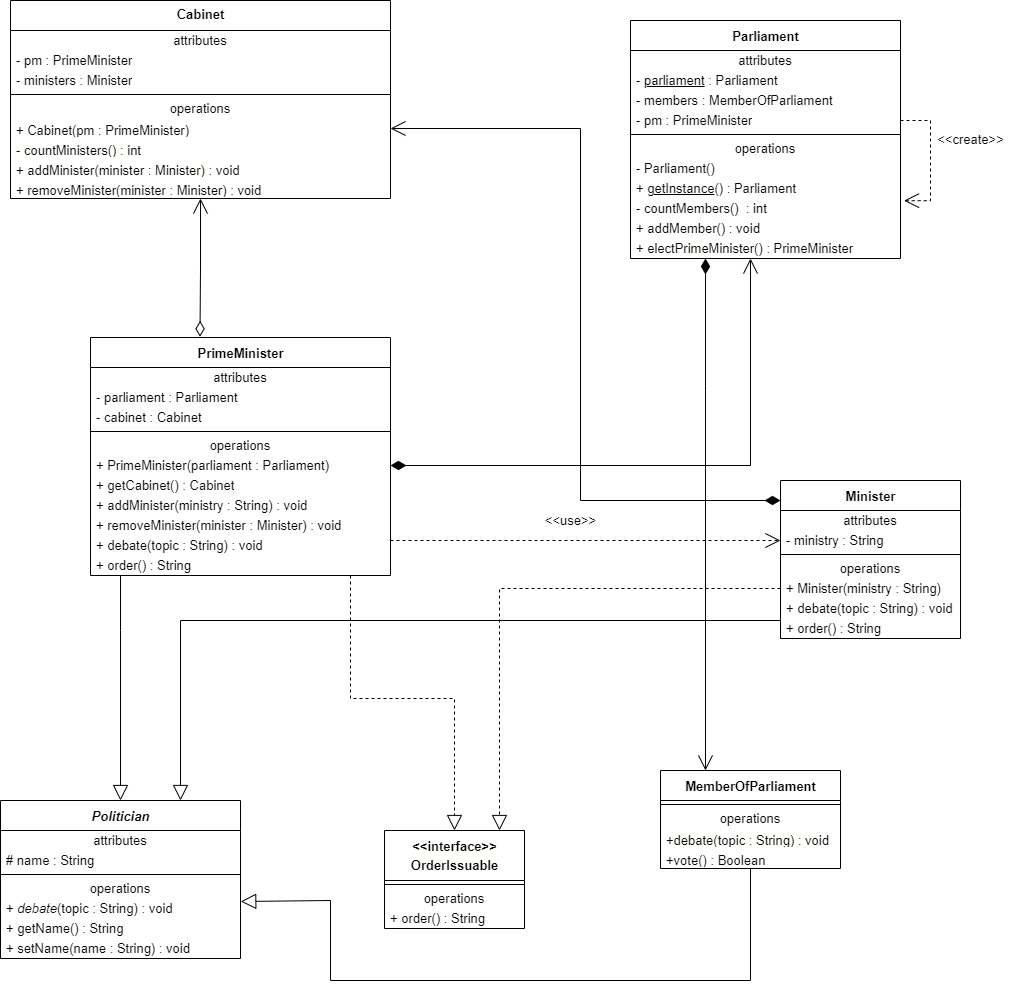
This is MidTerm.png from LittleLunar/SoftArcDesign, a draw.io export, as it was before one commit. Source tidied: cells renumbered, new cells last; positions are measured from the earlier drawing's top-left corner, leaving out a move shared by most shapes.
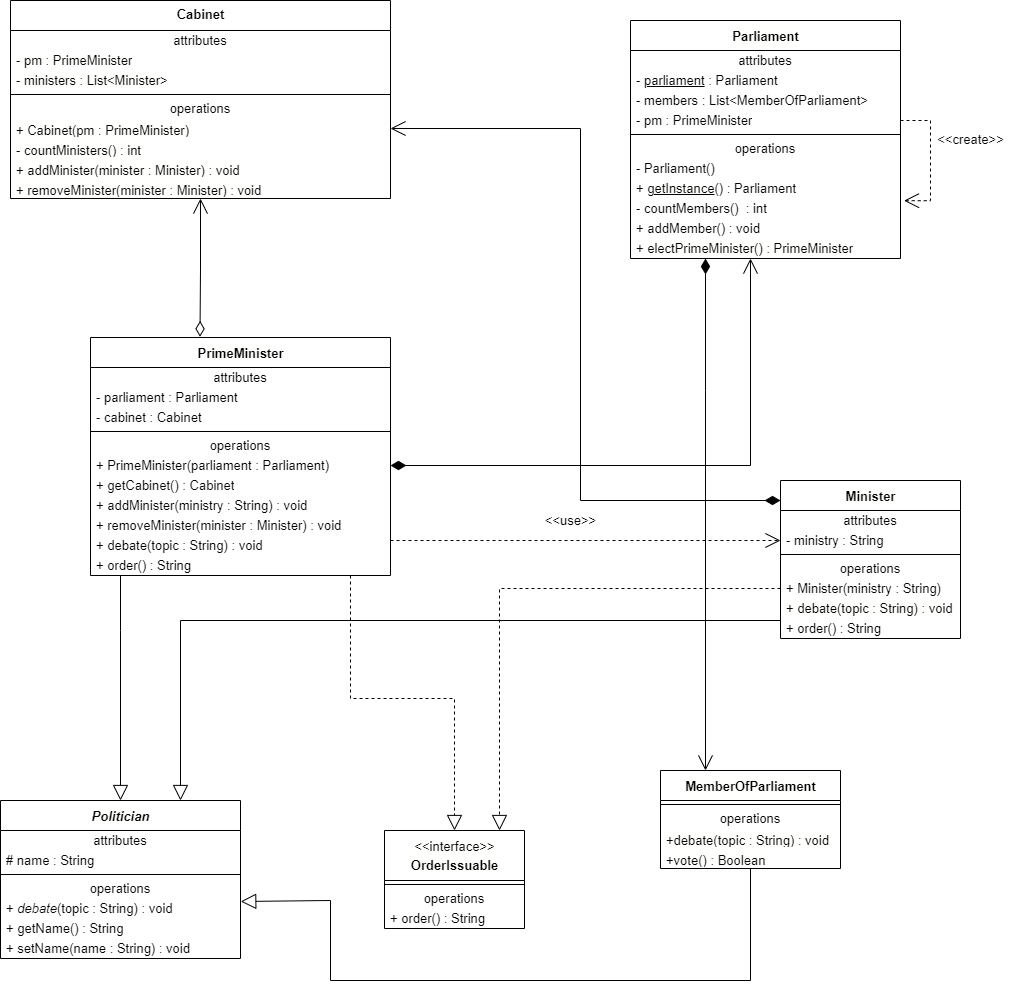
After the change.

Diff of the diagram source:
```diff
@@ -46,7 +46,7 @@
     <mxCell id="12" style="edgeStyle=orthogonalEdgeStyle;rounded=0;jettySize=auto;html=1;entryX=1.013;entryY=0.11;entryDx=0;entryDy=0;entryPerimeter=0;dashed=1;fontFamily=Helvetica;fontSize=13;startArrow=none;startFill=0;endArrow=open;endFill=0;startSize=13;endSize=13;exitX=1;exitY=0.5;exitDx=0;exitDy=0;" parent="9" edge="1" source="14" target="19">
       <mxGeometry relative="1" as="geometry" />
     </mxCell>
-    <mxCell id="13" value="- members : MemberOfParliament" style="text;html=1;strokeColor=none;fillColor=none;align=left;verticalAlign=middle;spacingLeft=4;spacingRight=4;overflow=hidden;fontFamily=Helvetica;fontSize=13;" parent="9" vertex="1">
+    <mxCell id="13" value="- members : List&amp;lt;MemberOfParliament&amp;gt;" style="text;html=1;strokeColor=none;fillColor=none;align=left;verticalAlign=middle;spacingLeft=4;spacingRight=4;overflow=hidden;fontFamily=Helvetica;fontSize=13;" parent="9" vertex="1">
       <mxGeometry y="70" width="270" height="20" as="geometry" />
     </mxCell>
     <mxCell id="14" value="- pm : PrimeMinister" style="text;html=1;strokeColor=none;fillColor=none;align=left;verticalAlign=middle;spacingLeft=4;spacingRight=4;overflow=hidden;points=[[0,0.5],[1,0.5]];portConstraint=eastwest;fontFamily=Helvetica;fontSize=13;" parent="9" vertex="1">
@@ -73,7 +73,7 @@
     <mxCell id="21" value="+&amp;nbsp;&lt;span style=&quot;background-color: rgb(255, 255, 254); font-size: 13px;&quot;&gt;electPrimeMinister() : PrimeMinister&lt;/span&gt;" style="text;html=1;strokeColor=none;fillColor=none;align=left;verticalAlign=middle;spacingLeft=4;spacingRight=4;overflow=hidden;points=[[0,0.5],[1,0.5]];portConstraint=eastwest;fontFamily=Helvetica;fontSize=13;" parent="9" vertex="1">
       <mxGeometry y="218" width="270" height="20" as="geometry" />
     </mxCell>
-    <mxCell id="22" value="&lt;div style=&quot;background-color: rgb(255, 255, 254); font-size: 13px; line-height: 19px;&quot;&gt;&lt;b style=&quot;font-size: 13px;&quot;&gt;&amp;lt;&amp;lt;interface&amp;gt;&amp;gt;&lt;/b&gt;&lt;/div&gt;&lt;div style=&quot;background-color: rgb(255, 255, 254); font-size: 13px; line-height: 19px;&quot;&gt;&lt;b style=&quot;font-size: 13px;&quot;&gt;OrderIssuable&lt;/b&gt;&lt;/div&gt;" style="swimlane;fontStyle=0;align=center;verticalAlign=top;horizontal=1;startSize=50;html=1;fontFamily=Helvetica;fontSize=13;" parent="1" vertex="1">
+    <mxCell id="22" value="&lt;div style=&quot;background-color: rgb(255 , 255 , 254) ; font-size: 13px ; line-height: 19px&quot;&gt;&lt;span style=&quot;font-size: 13px&quot;&gt;&amp;lt;&amp;lt;interface&amp;gt;&amp;gt;&lt;/span&gt;&lt;/div&gt;&lt;div style=&quot;background-color: rgb(255 , 255 , 254) ; font-size: 13px ; line-height: 19px&quot;&gt;&lt;b style=&quot;font-size: 13px&quot;&gt;OrderIssuable&lt;/b&gt;&lt;/div&gt;" style="swimlane;fontStyle=0;align=center;verticalAlign=top;horizontal=1;startSize=50;html=1;fontFamily=Helvetica;fontSize=13;" parent="1" vertex="1">
       <mxGeometry x="384" y="830" width="140" height="98" as="geometry" />
     </mxCell>
     <mxCell id="23" style="line;strokeWidth=1;fillColor=none;align=left;verticalAlign=middle;spacingTop=-1;spacingLeft=3;spacingRight=3;labelPosition=right;fontFamily=Helvetica;fontSize=13;" parent="22" vertex="1">
@@ -181,7 +181,7 @@
     <mxCell id="52" value="&lt;span style=&quot;font-size: 13px; background-color: rgb(255, 255, 254);&quot;&gt;-&amp;nbsp;&lt;/span&gt;&lt;span style=&quot;background-color: rgb(255, 255, 254); font-size: 13px;&quot;&gt;pm :&amp;nbsp;&lt;/span&gt;&lt;span style=&quot;background-color: rgb(255, 255, 254); font-size: 13px;&quot;&gt;PrimeMinister&lt;/span&gt;" style="text;html=1;strokeColor=none;fillColor=none;align=left;verticalAlign=middle;spacingLeft=4;spacingRight=4;overflow=hidden;fontFamily=Helvetica;fontSize=13;" parent="50" vertex="1">
       <mxGeometry y="50" width="380" height="20" as="geometry" />
     </mxCell>
-    <mxCell id="53" value="&lt;span style=&quot;font-size: 13px ; background-color: rgb(255 , 255 , 254)&quot;&gt;- ministers :&amp;nbsp;&lt;/span&gt;&lt;span style=&quot;background-color: rgb(255 , 255 , 254) ; font-size: 13px&quot;&gt;Minister&lt;/span&gt;&lt;span style=&quot;font-size: 13px ; background-color: rgb(255 , 255 , 254)&quot;&gt;&lt;br style=&quot;font-size: 13px&quot;&gt;&lt;/span&gt;" style="text;html=1;strokeColor=none;fillColor=none;align=left;verticalAlign=middle;spacingLeft=4;spacingRight=4;overflow=hidden;fontFamily=Helvetica;fontSize=13;" parent="50" vertex="1">
+    <mxCell id="53" value="&lt;span style=&quot;font-size: 13px ; background-color: rgb(255 , 255 , 254)&quot;&gt;- ministers : List&amp;lt;&lt;/span&gt;&lt;span style=&quot;background-color: rgb(255 , 255 , 254) ; font-size: 13px&quot;&gt;Minister&amp;gt;&lt;/span&gt;&lt;span style=&quot;font-size: 13px ; background-color: rgb(255 , 255 , 254)&quot;&gt;&lt;br style=&quot;font-size: 13px&quot;&gt;&lt;/span&gt;" style="text;html=1;strokeColor=none;fillColor=none;align=left;verticalAlign=middle;spacingLeft=4;spacingRight=4;overflow=hidden;fontFamily=Helvetica;fontSize=13;" parent="50" vertex="1">
       <mxGeometry y="70" width="380" height="20" as="geometry" />
     </mxCell>
     <mxCell id="54" style="line;strokeWidth=1;fillColor=none;align=left;verticalAlign=middle;spacingTop=-1;spacingLeft=3;spacingRight=3;labelPosition=right;fontFamily=Helvetica;fontSize=13;" parent="50" vertex="1">
```
